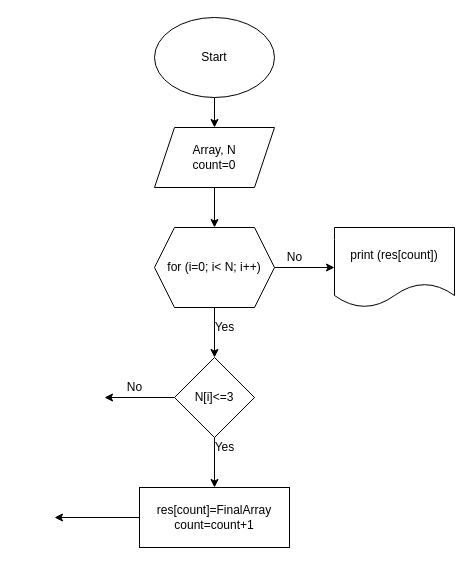
The draw.io diagram Algoritm.drawio in MaminovaVera/FinalWork-CSHARP, before the edit. Source tidied: cells renumbered, new cells numbered last; positions are measured from the earlier drawing's top-left corner, leaving out a move shared by most shapes. Both pictures are drawn from the tidied source at 100%, with x=0, y=0 at pixel (54, 17).
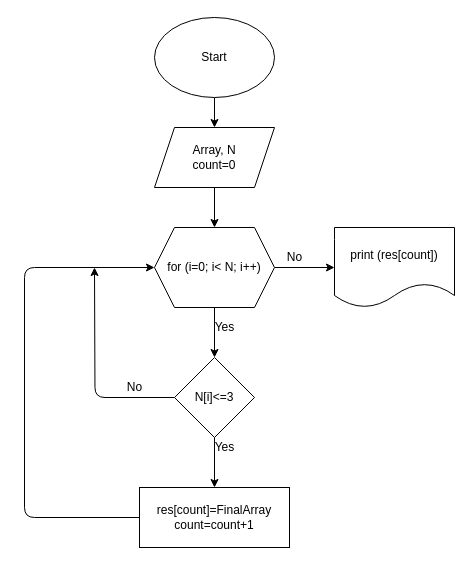
Above is the later version.

Unchanged cells that the change refers to:
```xml
<mxCell id="8" value="for (i=0; i&amp;lt; N; i++)" style="shape=hexagon;perimeter=hexagonPerimeter2;whiteSpace=wrap;html=1;fixedSize=1;" parent="1" vertex="1">
  <mxGeometry x="100" y="210" width="120" height="80" as="geometry" />
</mxCell>
<mxCell id="13" value="N[i]&amp;lt;=3" style="rhombus;whiteSpace=wrap;html=1;" parent="1" vertex="1">
  <mxGeometry x="120" y="340" width="80" height="80" as="geometry" />
</mxCell>
<mxCell id="16" value="res[count]=FinalArray&lt;br&gt;count=count+1" style="rounded=0;whiteSpace=wrap;html=1;" parent="1" vertex="1">
  <mxGeometry x="85" y="470" width="150" height="60" as="geometry" />
</mxCell>
```

Diff of the diagram source:
```diff
@@
-    <mxCell id="12" style="edgeStyle=none;html=1;exitX=0;exitY=0.5;exitDx=0;exitDy=0;" parent="1" edge="1" source="13">
-      <mxGeometry relative="1" as="geometry">
-        <mxPoint x="50" y="380" as="targetPoint" />
-      </mxGeometry>
-    </mxCell>
+    <mxCell id="19" style="edgeStyle=orthogonalEdgeStyle;html=1;exitX=0;exitY=0.5;exitDx=0;exitDy=0;" parent="1" edge="1" source="13">
+      <mxGeometry relative="1" as="geometry">
+        <mxPoint x="40" y="250" as="targetPoint" />
+      </mxGeometry>
+    </mxCell>
@@
-    <mxCell id="15" style="edgeStyle=none;html=1;" parent="1" edge="1" source="16">
-      <mxGeometry relative="1" as="geometry">
-        <mxPoint y="500" as="targetPoint" />
-      </mxGeometry>
-    </mxCell>
+    <mxCell id="20" style="edgeStyle=orthogonalEdgeStyle;html=1;exitX=0;exitY=0.5;exitDx=0;exitDy=0;entryX=0;entryY=0.5;entryDx=0;entryDy=0;" parent="1" edge="1" source="16" target="8">
+      <mxGeometry relative="1" as="geometry">
+        <Array as="points">
+          <mxPoint x="-30" y="500" />
+          <mxPoint x="-30" y="250" />
+        </Array>
+      </mxGeometry>
+    </mxCell>
```
